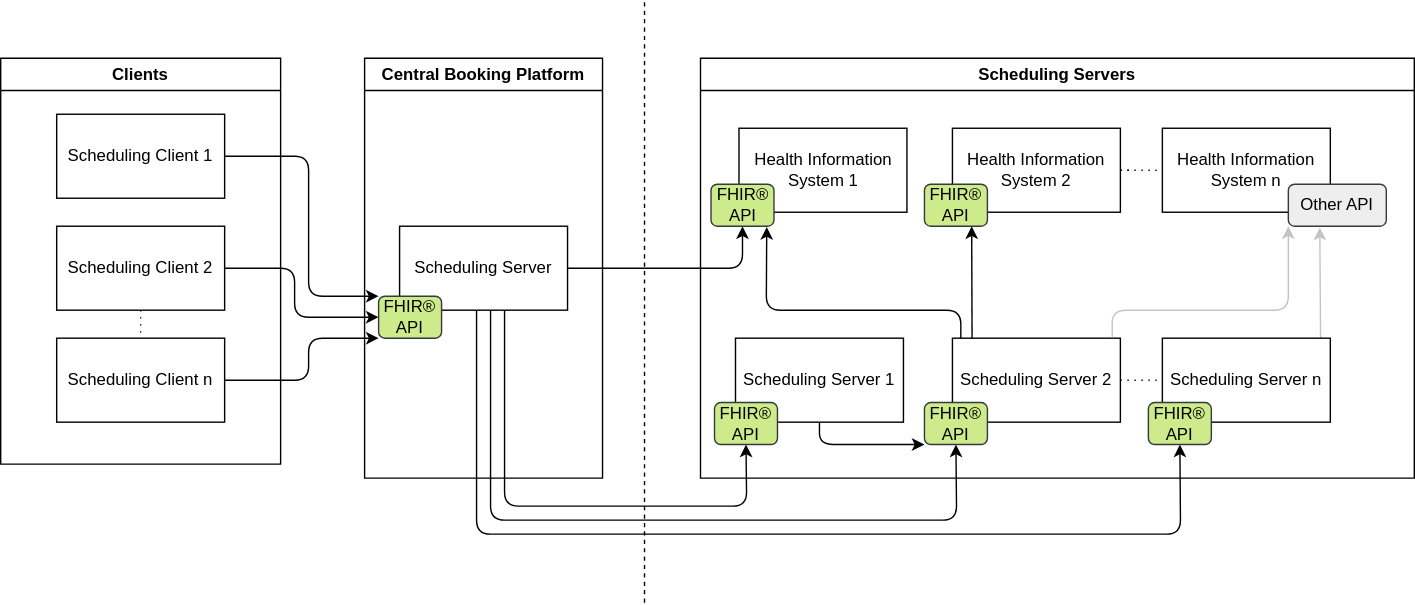
This is input/images/scenarios/scheduling-platform.svg from HL7Austria/TC-FHIR-AG-Scheduling-R5, a draw.io export, as it was before one commit. Source tidied: cells renumbered, new cells last; positions are measured from the earlier drawing's top-left corner, leaving out a move shared by most shapes.
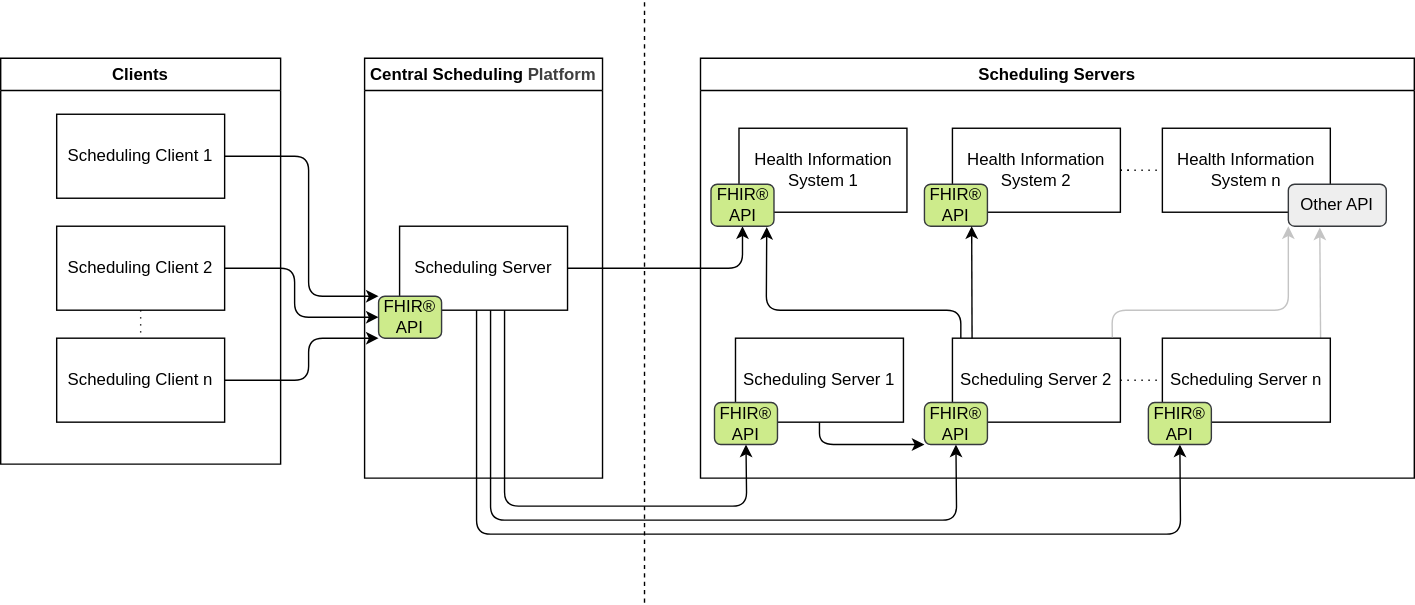
After the change.

Commit message:
#120 rename central booking platform to central scheduling platform

What changed in the source:
```diff
@@ -42,7 +42,7 @@
     <mxCell id="9" style="edgeStyle=none;html=1;exitX=0.5;exitY=1;exitDx=0;exitDy=0;entryX=0.5;entryY=0;entryDx=0;entryDy=0;endArrow=none;endFill=0;dashed=1;dashPattern=1 4;" parent="5" edge="1" source="7" target="8">
       <mxGeometry relative="1" as="geometry" />
     </mxCell>
-    <mxCell id="10" value="Central Booking Platform" style="swimlane;whiteSpace=wrap;html=1;" parent="1" vertex="1">
+    <mxCell id="10" value="Central Scheduling&lt;span style=&quot;color: rgb(63, 63, 63); background-color: transparent;&quot;&gt;&amp;nbsp;Platform&lt;/span&gt;" style="swimlane;whiteSpace=wrap;html=1;" parent="1" vertex="1">
       <mxGeometry x="260" y="41" width="170" height="300" as="geometry" />
     </mxCell>
     <mxCell id="11" value="Scheduling Server" style="rounded=0;whiteSpace=wrap;html=1;" parent="10" vertex="1">
```
